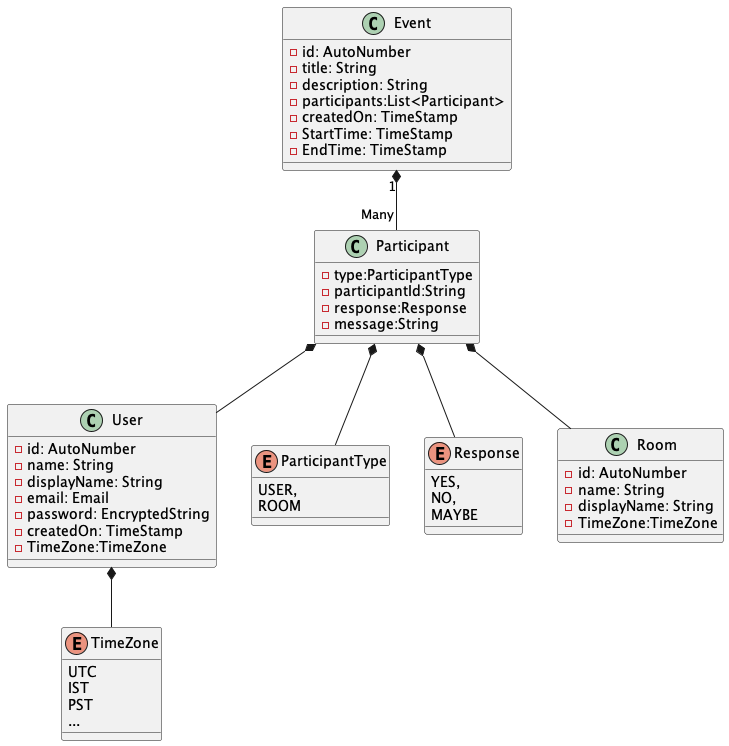
shankyty/Calendar keeps this PlantUML diagram as Entities.png. Above is the earlier version. Its diagram source:
```plantuml
@startuml

class User {
    -id: AutoNumber
    -name: String
    -displayName: String
    -email: Email
    -password: EncryptedString
    -createdOn: TimeStamp
    -TimeZone:TimeZone
}


enum TimeZone {
    UTC
    IST
    PST
    ...
}

class Event {
    -id: AutoNumber
    -title: String
    -description: String
    -participants:List<Participant>
    -createdOn: TimeStamp
    -StartTime: TimeStamp
    -EndTime: TimeStamp
}

enum ParticipantType {
    USER,
    ROOM

}

enum Response {
    YES,
    NO,
    MAYBE
}

class Participant {
    -type:ParticipantType
    -participantId:String
    -response:Response
    -message:String
}


Participant *--	User
Participant *--	Room
Event "1" *-- "Many" Participant
Participant *--	 Response
Participant *--	ParticipantType
User *-- TimeZone


class Room {
    -id: AutoNumber
    -name: String
    -displayName: String
    -TimeZone:TimeZone
}

@enduml
```
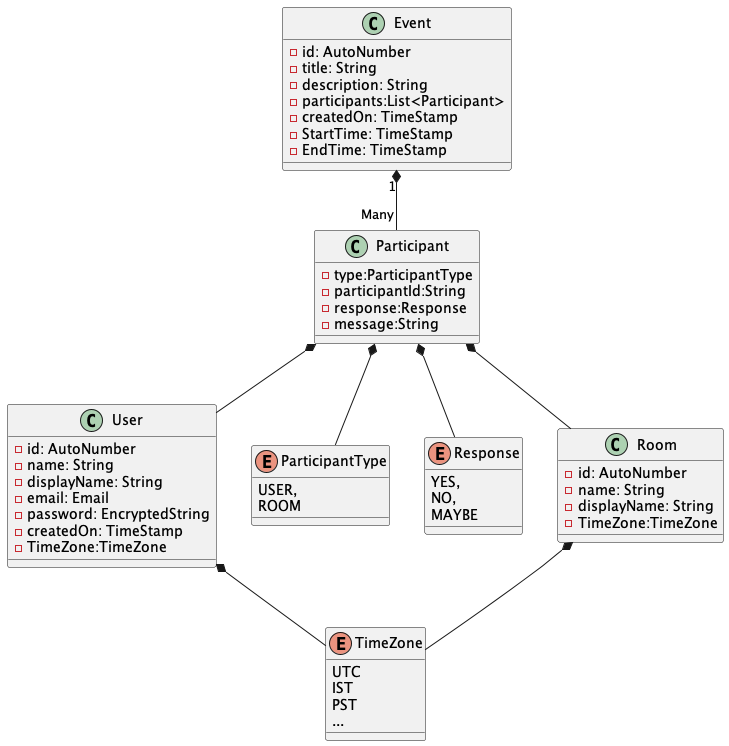
After the commit.

The edit, as a diff of the source:
```diff
@@ -1,5 +1,5 @@
 @startuml
-
+skinparam backgroundcolor transparent
 class User {
     -id: AutoNumber
     -name: String
@@ -54,6 +54,7 @@
 Participant *--	 Response
 Participant *--	ParticipantType
 User *-- TimeZone
+Room *-- TimeZone
 
 
 class Room {
```
